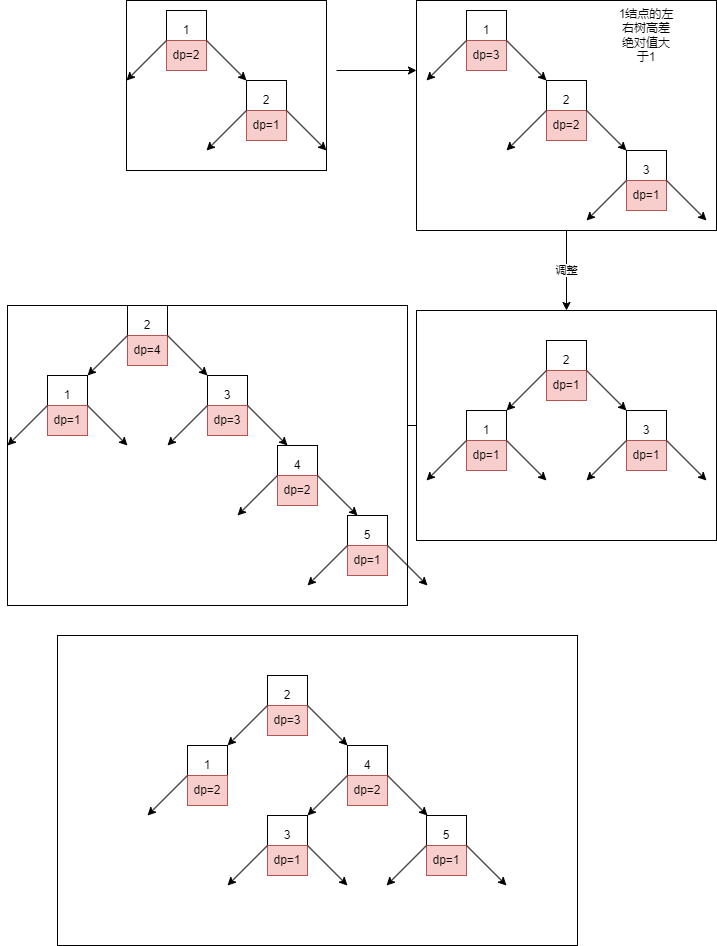
Above: img/data_struct/alvtreeba.png in huahua132/huahua132.github.io (draw.io), before the change. Source tidied: cells renumbered, new cells last; positions are measured from the earlier drawing's top-left corner, leaving out a move shared by most shapes.
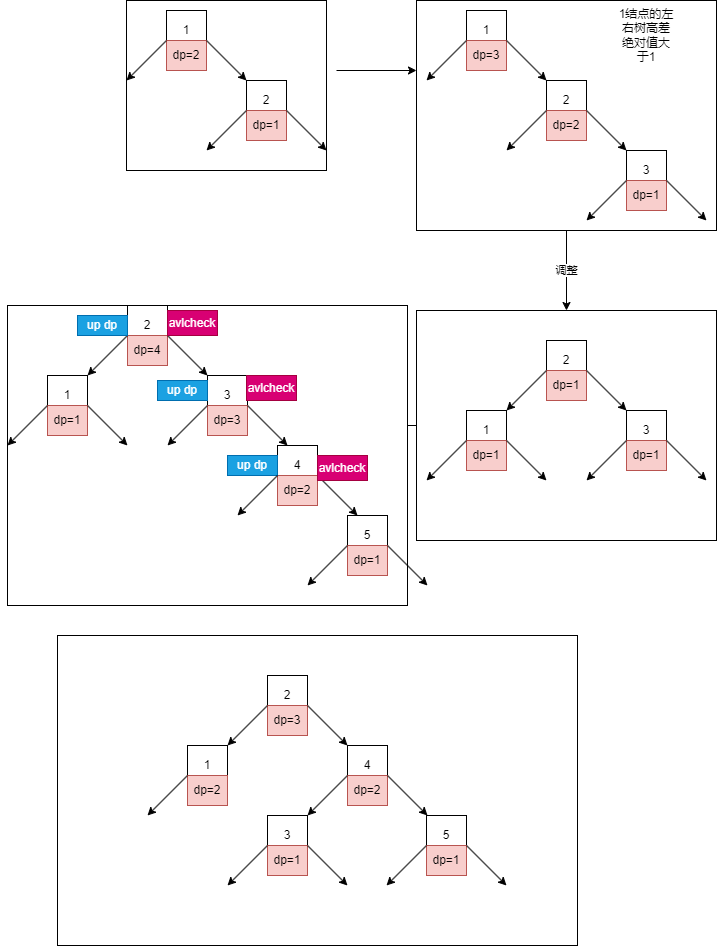
After the commit.

Diff of the diagram source:
```diff
@@ -311,7 +311,7 @@
       </mxGeometry>
     </mxCell>
     <mxCell id="78" style="group;" parent="1" vertex="1">
-      <mxGeometry x="230" y="445" width="120" height="70" as="geometry" />
+      <mxGeometry x="230" y="445" width="130" height="70" as="geometry" />
     </mxCell>
     <mxCell id="79" style="group;" parent="78" vertex="1">
       <mxGeometry x="30" width="60" height="60" as="geometry" />
@@ -322,6 +322,9 @@
     <mxCell id="81" value="dp=2" style="text;html=1;strokeColor=#b85450;fillColor=#f8cecc;align=center;verticalAlign=middle;whiteSpace=wrap;rounded=0;" parent="79" vertex="1">
       <mxGeometry x="10" y="30" width="40" height="30" as="geometry" />
     </mxCell>
+    <mxCell id="122" value="up dp" style="rounded=0;whiteSpace=wrap;html=1;fillColor=#1ba1e2;fontColor=#ffffff;strokeColor=#006EAF;" parent="79" vertex="1">
+      <mxGeometry x="-40" y="10" width="50" height="20" as="geometry" />
+    </mxCell>
     <mxCell id="82" style="endArrow=classic;html=1;rounded=0;exitX=1;exitY=0;exitDx=0;exitDy=0;" parent="78" edge="1" source="81">
       <mxGeometry x="-1" y="22" relative="1" as="geometry">
         <mxPoint x="120" y="70" as="targetPoint" />
@@ -334,6 +337,9 @@
         <mxPoint y="70" as="targetPoint" />
       </mxGeometry>
     </mxCell>
+    <mxCell id="123" value="avlcheck" style="rounded=0;whiteSpace=wrap;html=1;fillColor=#d80073;fontColor=#ffffff;strokeColor=#A50040;" parent="78" vertex="1">
+      <mxGeometry x="80" y="10" width="50" height="25" as="geometry" />
+    </mxCell>
     <mxCell id="84" style="group;" parent="1" vertex="1">
       <mxGeometry x="300" y="515" width="120" height="70" as="geometry" />
     </mxCell>
@@ -487,5 +493,17 @@
         <mxPoint y="70" as="targetPoint" />
       </mxGeometry>
     </mxCell>
+    <mxCell id="124" value="avlcheck" style="rounded=0;whiteSpace=wrap;html=1;fillColor=#d80073;fontColor=#ffffff;strokeColor=#A50040;" parent="1" vertex="1">
+      <mxGeometry x="160" y="310" width="50" height="25" as="geometry" />
+    </mxCell>
+    <mxCell id="125" value="avlcheck" style="rounded=0;whiteSpace=wrap;html=1;fillColor=#d80073;fontColor=#ffffff;strokeColor=#A50040;" parent="1" vertex="1">
+      <mxGeometry x="239" y="375" width="50" height="25" as="geometry" />
+    </mxCell>
+    <mxCell id="126" value="up dp" style="rounded=0;whiteSpace=wrap;html=1;fillColor=#1ba1e2;fontColor=#ffffff;strokeColor=#006EAF;" parent="1" vertex="1">
+      <mxGeometry x="150" y="380" width="50" height="20" as="geometry" />
+    </mxCell>
+    <mxCell id="127" value="up dp" style="rounded=0;whiteSpace=wrap;html=1;fillColor=#1ba1e2;fontColor=#ffffff;strokeColor=#006EAF;" parent="1" vertex="1">
+      <mxGeometry x="70" y="315" width="50" height="20" as="geometry" />
+    </mxCell>
   </root>
 </mxGraphModel>
```
